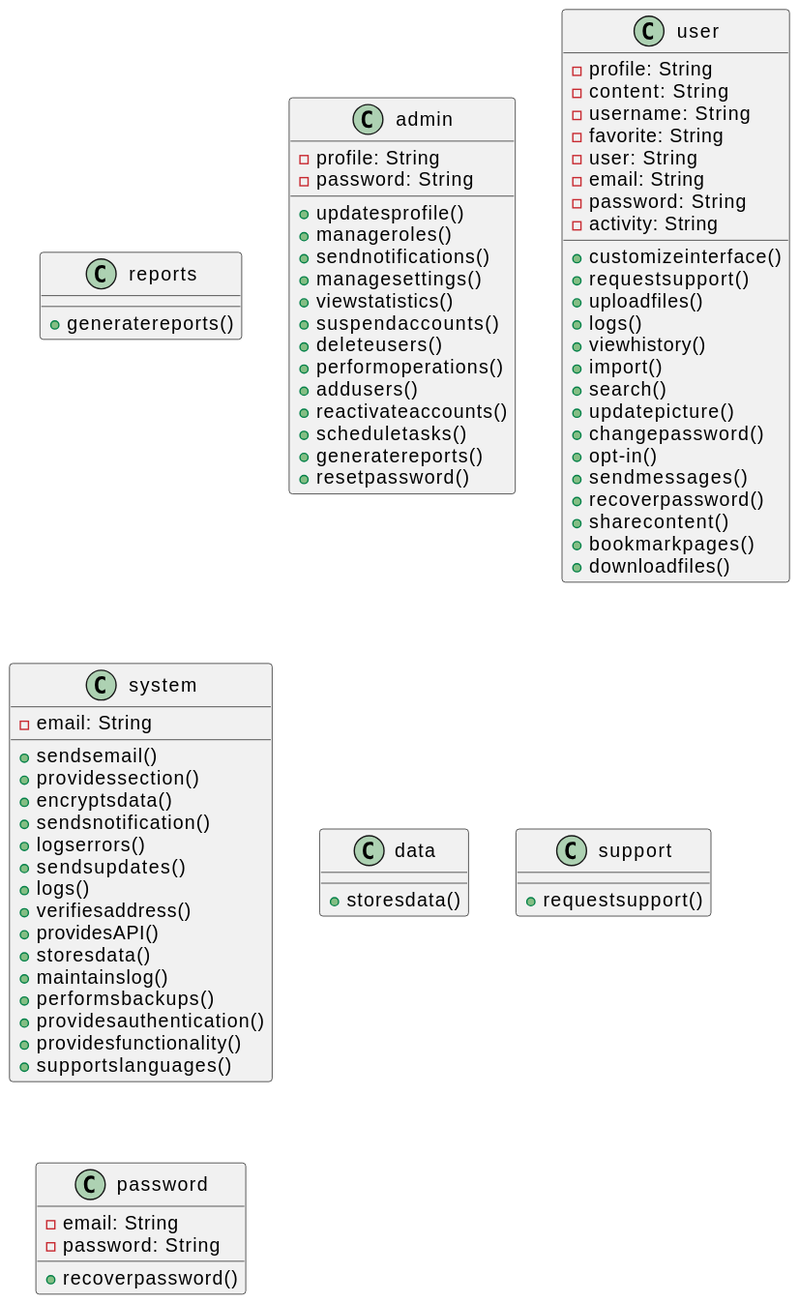
Before: project/images/class.svg, a diagram exported from PlantUML (Nero7x/fainal-project). Source of this version:
```plantuml
@startuml

class reports {
  + generatereports()
}

class admin {
  - profile: String
  - password: String
  + updatesprofile()
  + manageroles()
  + sendnotifications()
  + managesettings()
  + viewstatistics()
  + suspendaccounts()
  + deleteusers()
  + performoperations()
  + addusers()
  + reactivateaccounts()
  + scheduletasks()
  + generatereports()
  + resetpassword()
}

class user {
  - profile: String
  - content: String
  - username: String
  - favorite: String
  - user: String
  - email: String
  - password: String
  - activity: String
  + customizeinterface()
  + requestsupport()
  + uploadfiles()
  + logs()
  + viewhistory()
  + import()
  + search()
  + updatepicture()
  + changepassword()
  + opt-in()
  + sendmessages()
  + recoverpassword()
  + sharecontent()
  + bookmarkpages()
  + downloadfiles()
}

class system {
  - email: String
  + sendsemail()
  + providessection()
  + encryptsdata()
  + sendsnotification()
  + logserrors()
  + sendsupdates()
  + logs()
  + verifiesaddress()
  + providesAPI()
  + storesdata()
  + maintainslog()
  + performsbackups()
  + providesauthentication()
  + providesfunctionality()
  + supportslanguages()
}

class data {
  + storesdata()
}

class support {
  + requestsupport()
}

class password {
  - email: String
  - password: String
  + recoverpassword()
}

@enduml
```
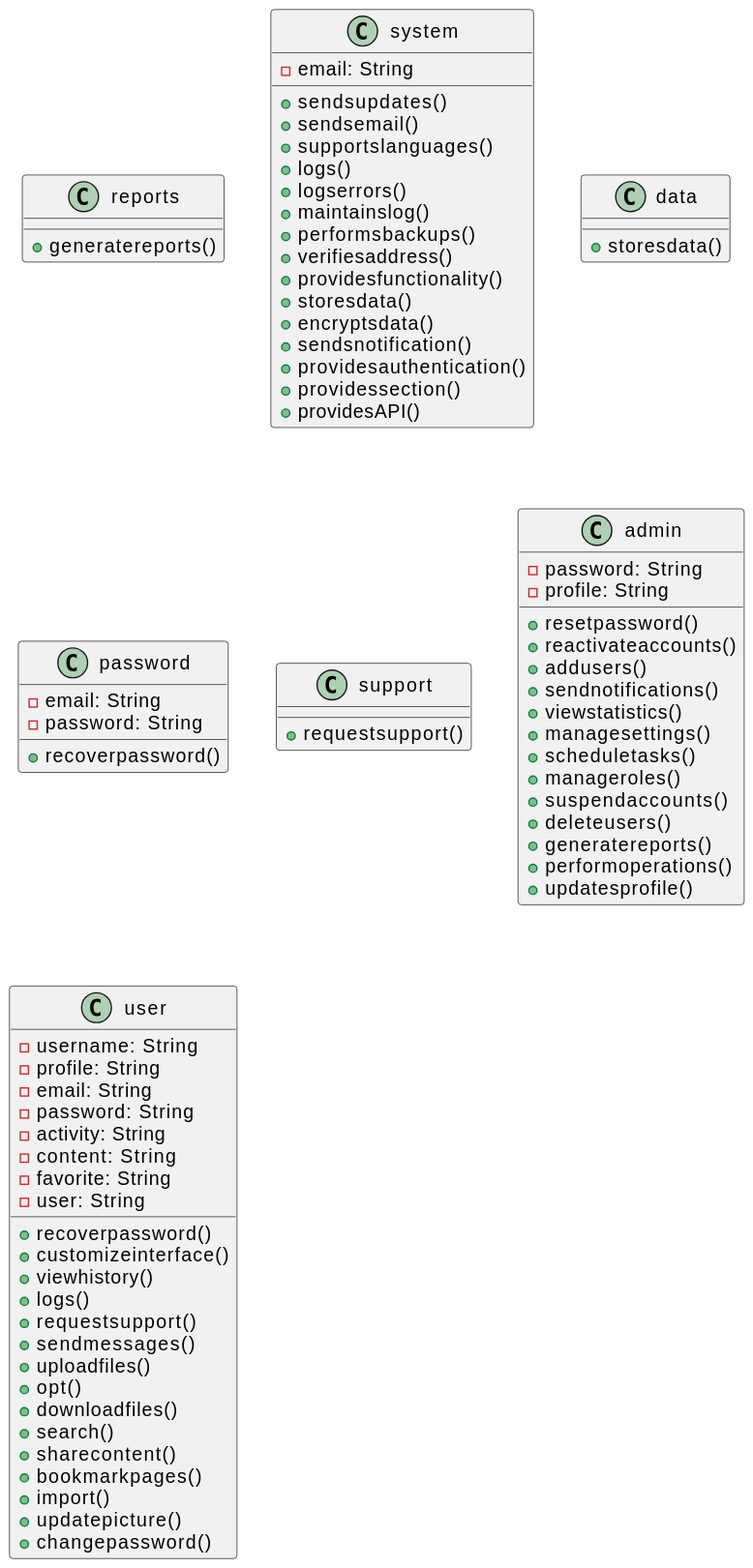
Above is the later version.

What changed in the source:
```diff
@@ -4,75 +4,27 @@
   + generatereports()
 }
 
-class admin {
-  - profile: String
-  - password: String
-  + updatesprofile()
-  + manageroles()
-  + sendnotifications()
-  + managesettings()
-  + viewstatistics()
-  + suspendaccounts()
-  + deleteusers()
-  + performoperations()
-  + addusers()
-  + reactivateaccounts()
-  + scheduletasks()
-  + generatereports()
-  + resetpassword()
-}
-
-class user {
-  - profile: String
-  - content: String
-  - username: String
-  - favorite: String
-  - user: String
-  - email: String
-  - password: String
-  - activity: String
-  + customizeinterface()
-  + requestsupport()
-  + uploadfiles()
-  + logs()
-  + viewhistory()
-  + import()
-  + search()
-  + updatepicture()
-  + changepassword()
-  + opt-in()
-  + sendmessages()
-  + recoverpassword()
-  + sharecontent()
-  + bookmarkpages()
-  + downloadfiles()
-}
-
 class system {
   - email: String
+  + sendsupdates()
   + sendsemail()
-  + providessection()
+  + supportslanguages()
+  + logs()
+  + logserrors()
+  + maintainslog()
+  + performsbackups()
+  + verifiesaddress()
+  + providesfunctionality()
+  + storesdata()
   + encryptsdata()
   + sendsnotification()
-  + logserrors()
-  + sendsupdates()
-  + logs()
-  + verifiesaddress()
+  + providesauthentication()
+  + providessection()
   + providesAPI()
-  + storesdata()
-  + maintainslog()
-  + performsbackups()
-  + providesauthentication()
-  + providesfunctionality()
-  + supportslanguages()
 }
 
 class data {
   + storesdata()
-}
-
-class support {
-  + requestsupport()
 }
 
 class password {
@@ -81,4 +33,52 @@
   + recoverpassword()
 }
 
+class support {
+  + requestsupport()
+}
+
+class admin {
+  - password: String
+  - profile: String
+  + resetpassword()
+  + reactivateaccounts()
+  + addusers()
+  + sendnotifications()
+  + viewstatistics()
+  + managesettings()
+  + scheduletasks()
+  + manageroles()
+  + suspendaccounts()
+  + deleteusers()
+  + generatereports()
+  + performoperations()
+  + updatesprofile()
+}
+
+class user {
+  - username: String
+  - profile: String
+  - email: String
+  - password: String
+  - activity: String
+  - content: String
+  - favorite: String
+  - user: String
+  + recoverpassword()
+  + customizeinterface()
+  + viewhistory()
+  + logs()
+  + requestsupport()
+  + sendmessages()
+  + uploadfiles()
+  + opt()
+  + downloadfiles()
+  + search()
+  + sharecontent()
+  + bookmarkpages()
+  + import()
+  + updatepicture()
+  + changepassword()
+}
+
 @enduml
```
